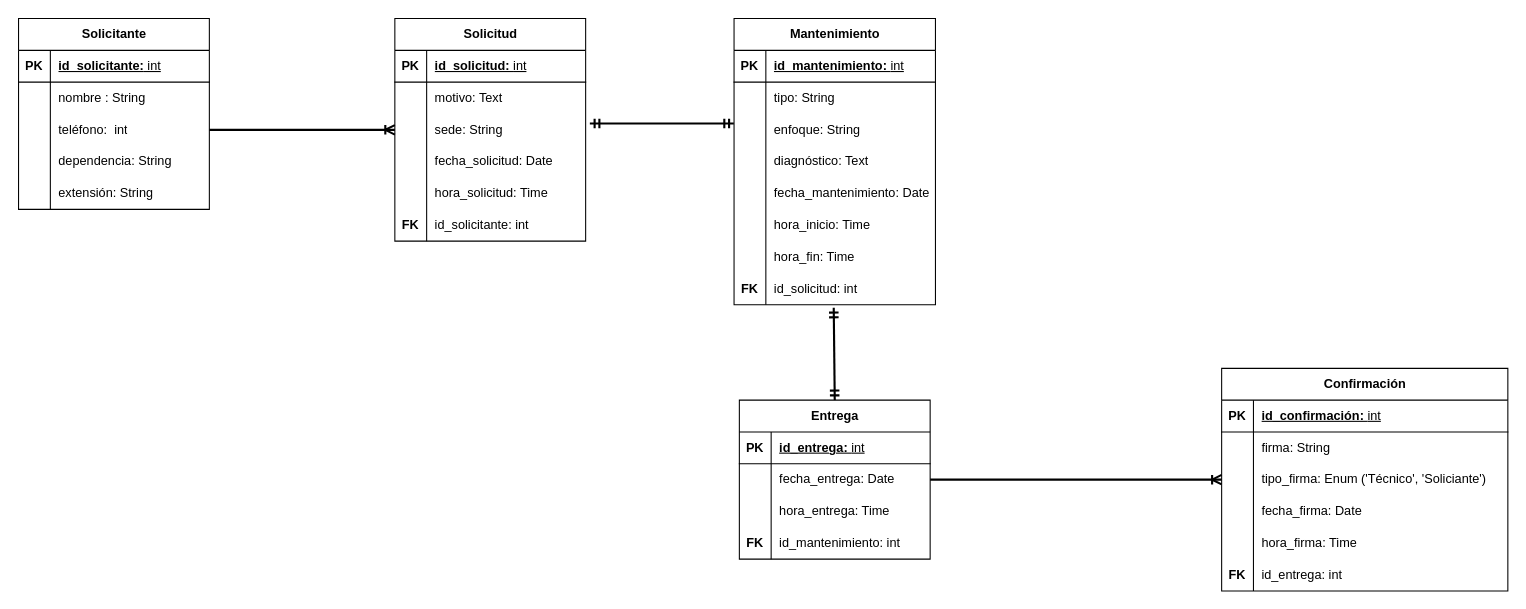
This is Relation model Software and hardware maintenance.drawio from DevKike/maintenance_management_system, a draw.io file, before an edit. Source tidied: cells renumbered, new cells numbered last; positions are measured from the earlier drawing's top-left corner, leaving out a move shared by most shapes. Both pictures are drawn from the tidied source at 106%, with x=0, y=0 at pixel (18, 18).
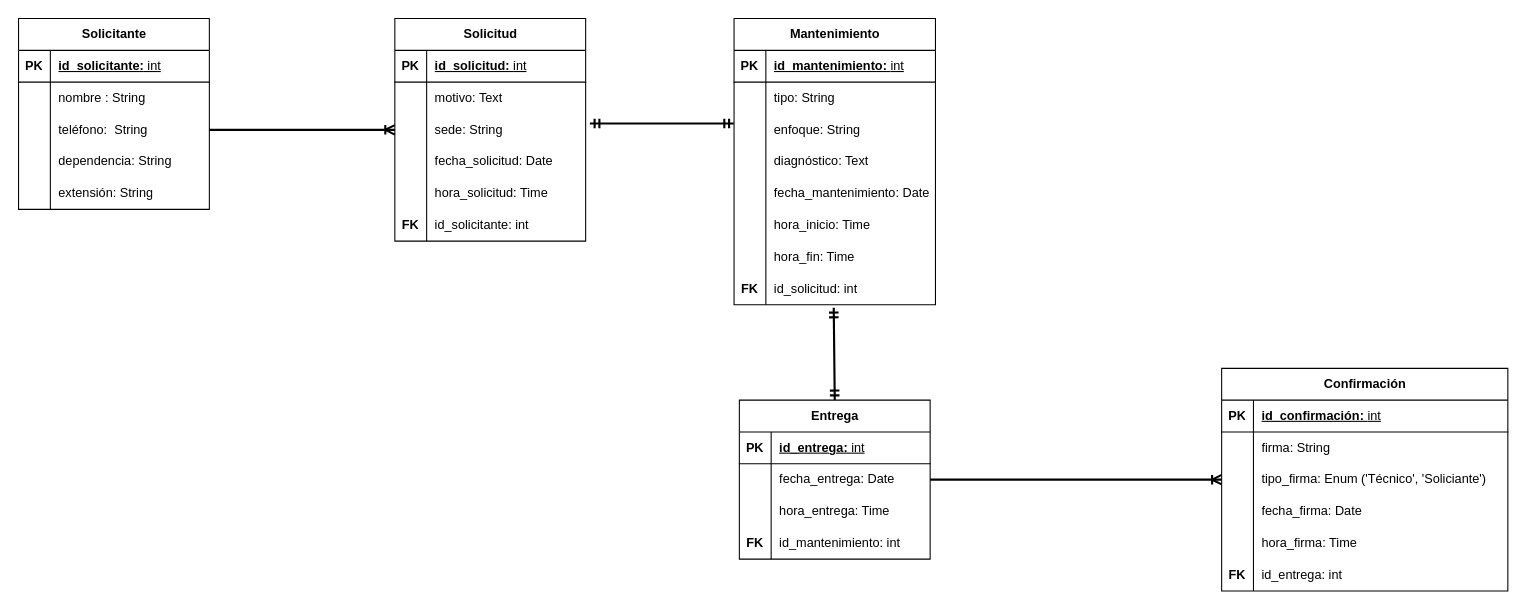
Above is the later version.

Commit message:
Refactor: change cellphone datatype

The change refers to these unchanged cells:
```xml
<mxCell id="9" style="shape=tableRow;horizontal=0;startSize=0;swimlaneHead=0;swimlaneBody=0;fillColor=none;points=[[0,0.5],[1,0.5]];portConstraint=eastwest;top=0;left=0;right=0;bottom=0;" parent="2" vertex="1">
  <mxGeometry y="90" width="180" height="30" as="geometry" />
</mxCell>
```

The edit, as a diff of the source:
```diff
@@
-    <mxCell id="11" value="teléfono:&amp;nbsp; int" style="shape=partialRectangle;fillColor=none;top=0;left=0;bottom=0;right=0;align=left;spacingLeft=6;overflow=hidden;whiteSpace=wrap;html=1;" parent="9" vertex="1">
+    <mxCell id="11" value="teléfono:&amp;nbsp; String" style="shape=partialRectangle;fillColor=none;top=0;left=0;bottom=0;right=0;align=left;spacingLeft=6;overflow=hidden;whiteSpace=wrap;html=1;" parent="9" vertex="1">
       <mxGeometry x="30" width="150" height="30" as="geometry" />
     </mxCell>
```
